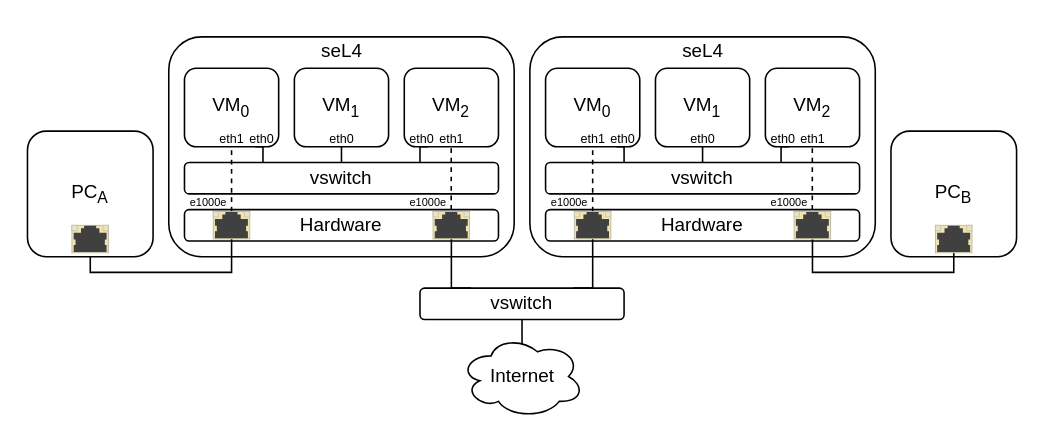
adl09/PI-IB-2025 keeps this draw.io diagram as docs/diagrams/3_model4.drawio. Above is the earlier version. Source tidied: cells renumbered, new cells numbered last; positions are measured from the earlier drawing's top-left corner, leaving out a move shared by most shapes. Both pictures are drawn from the tidied source at 157%, with x=0, y=0 at pixel (27, 27).
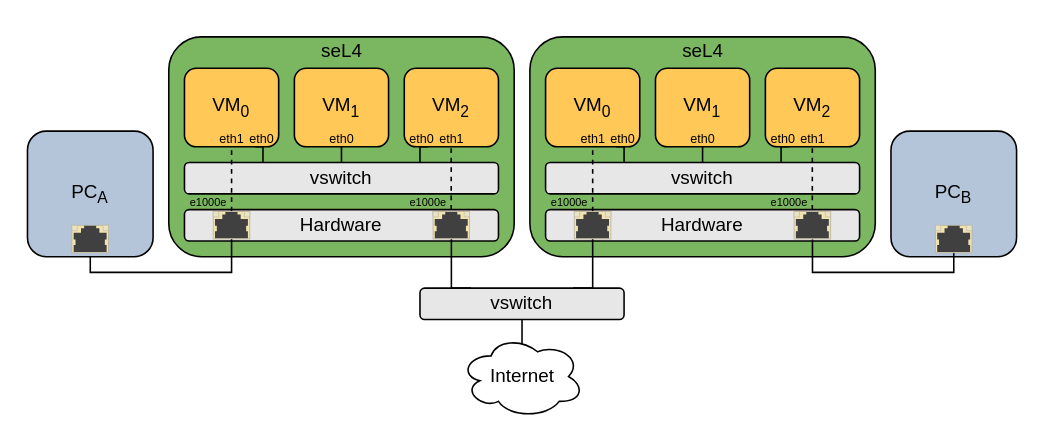
The same page after the edit.

Change to the diagram source:
```diff
@@
-    <mxCell id="2" value="PC&lt;sub&gt;A&lt;/sub&gt;" style="rounded=1;whiteSpace=wrap;html=1;" parent="1" vertex="1">
+    <mxCell id="2" value="PC&lt;sub&gt;A&lt;/sub&gt;" style="rounded=1;whiteSpace=wrap;html=1;fillColor=#B4C5D9;" parent="1" vertex="1">
       <mxGeometry y="66" width="80" height="80" as="geometry" />
     </mxCell>
-    <mxCell id="3" style="rounded=1;whiteSpace=wrap;html=1;" parent="1" vertex="1">
+    <mxCell id="3" style="rounded=1;whiteSpace=wrap;html=1;fillColor=#7BB661;" parent="1" vertex="1">
       <mxGeometry x="90" y="6" width="220" height="140" as="geometry" />
     </mxCell>
-    <mxCell id="4" value="Hardware" style="rounded=1;whiteSpace=wrap;html=1;" parent="1" vertex="1">
+    <mxCell id="4" value="Hardware" style="rounded=1;whiteSpace=wrap;html=1;fillColor=#E7E7E7;" parent="1" vertex="1">
       <mxGeometry x="100" y="116" width="200" height="20" as="geometry" />
     </mxCell>
@@
-    <mxCell id="6" value="VM&lt;sub&gt;0&lt;/sub&gt;" style="rounded=1;whiteSpace=wrap;html=1;" parent="1" vertex="1">
+    <mxCell id="6" value="VM&lt;sub&gt;0&lt;/sub&gt;" style="rounded=1;whiteSpace=wrap;html=1;gradientColor=none;fillColor=#FFC857;" parent="1" vertex="1">
       <mxGeometry x="100" y="26" width="60" height="50" as="geometry" />
     </mxCell>
@@
-    <mxCell id="8" value="VM&lt;sub&gt;1&lt;/sub&gt;" style="rounded=1;whiteSpace=wrap;html=1;" parent="1" vertex="1">
+    <mxCell id="8" value="VM&lt;sub&gt;1&lt;/sub&gt;" style="rounded=1;whiteSpace=wrap;html=1;gradientColor=none;fillColor=#FFC857;" parent="1" vertex="1">
       <mxGeometry x="170" y="26" width="60" height="50" as="geometry" />
     </mxCell>
@@
-    <mxCell id="10" value="VM&lt;sub&gt;2&lt;/sub&gt;" style="rounded=1;whiteSpace=wrap;html=1;" parent="1" vertex="1">
+    <mxCell id="10" value="VM&lt;sub&gt;2&lt;/sub&gt;" style="rounded=1;whiteSpace=wrap;html=1;gradientColor=none;fillColor=#FFC857;" parent="1" vertex="1">
       <mxGeometry x="240" y="26" width="60" height="50" as="geometry" />
     </mxCell>
-    <mxCell id="11" value="vswitch" style="rounded=1;whiteSpace=wrap;html=1;" parent="1" vertex="1">
+    <mxCell id="11" value="vswitch" style="rounded=1;whiteSpace=wrap;html=1;fillColor=#E7E7E7;" parent="1" vertex="1">
       <mxGeometry x="100" y="86" width="200" height="20" as="geometry" />
     </mxCell>
@@
-    <mxCell id="22" style="rounded=1;whiteSpace=wrap;html=1;" parent="1" vertex="1">
+    <mxCell id="22" style="rounded=1;whiteSpace=wrap;html=1;fillColor=#7BB661;" parent="1" vertex="1">
       <mxGeometry x="320" y="6" width="220" height="140" as="geometry" />
     </mxCell>
-    <mxCell id="23" value="Hardware" style="rounded=1;whiteSpace=wrap;html=1;" parent="1" vertex="1">
+    <mxCell id="23" value="Hardware" style="rounded=1;whiteSpace=wrap;html=1;fillColor=#E7E7E7;" parent="1" vertex="1">
       <mxGeometry x="330" y="116" width="200" height="20" as="geometry" />
     </mxCell>
@@
-    <mxCell id="25" value="VM&lt;sub&gt;0&lt;/sub&gt;" style="rounded=1;whiteSpace=wrap;html=1;" parent="1" vertex="1">
+    <mxCell id="25" value="VM&lt;sub&gt;0&lt;/sub&gt;" style="rounded=1;whiteSpace=wrap;html=1;gradientColor=none;fillColor=#FFC857;" parent="1" vertex="1">
       <mxGeometry x="330" y="26" width="60" height="50" as="geometry" />
     </mxCell>
@@
-    <mxCell id="27" value="VM&lt;sub&gt;1&lt;/sub&gt;" style="rounded=1;whiteSpace=wrap;html=1;" parent="1" vertex="1">
+    <mxCell id="27" value="VM&lt;sub&gt;1&lt;/sub&gt;" style="rounded=1;whiteSpace=wrap;html=1;gradientColor=none;fillColor=#FFC857;" parent="1" vertex="1">
       <mxGeometry x="400" y="26" width="60" height="50" as="geometry" />
     </mxCell>
@@
-    <mxCell id="29" value="VM&lt;sub&gt;2&lt;/sub&gt;" style="rounded=1;whiteSpace=wrap;html=1;" parent="1" vertex="1">
+    <mxCell id="29" value="VM&lt;sub&gt;2&lt;/sub&gt;" style="rounded=1;whiteSpace=wrap;html=1;gradientColor=none;fillColor=#FFC857;" parent="1" vertex="1">
       <mxGeometry x="470" y="26" width="60" height="50" as="geometry" />
     </mxCell>
-    <mxCell id="30" value="vswitch" style="rounded=1;whiteSpace=wrap;html=1;" parent="1" vertex="1">
+    <mxCell id="30" value="vswitch" style="rounded=1;whiteSpace=wrap;html=1;fillColor=#E7E7E7;" parent="1" vertex="1">
       <mxGeometry x="330" y="86" width="200" height="20" as="geometry" />
     </mxCell>
@@
-    <mxCell id="39" value="PC&lt;sub&gt;B&lt;/sub&gt;" style="rounded=1;whiteSpace=wrap;html=1;" parent="1" vertex="1">
+    <mxCell id="39" value="PC&lt;sub&gt;B&lt;/sub&gt;" style="rounded=1;whiteSpace=wrap;html=1;fillColor=#B4C5D9;" parent="1" vertex="1">
       <mxGeometry x="550" y="66" width="80" height="80" as="geometry" />
     </mxCell>
@@
-    <mxCell id="54" value="vswitch" style="rounded=1;whiteSpace=wrap;html=1;" parent="1" vertex="1">
+    <mxCell id="54" value="vswitch" style="rounded=1;whiteSpace=wrap;html=1;fillColor=#E7E7E7;" parent="1" vertex="1">
       <mxGeometry x="250" y="166" width="130" height="20" as="geometry" />
     </mxCell>
```
